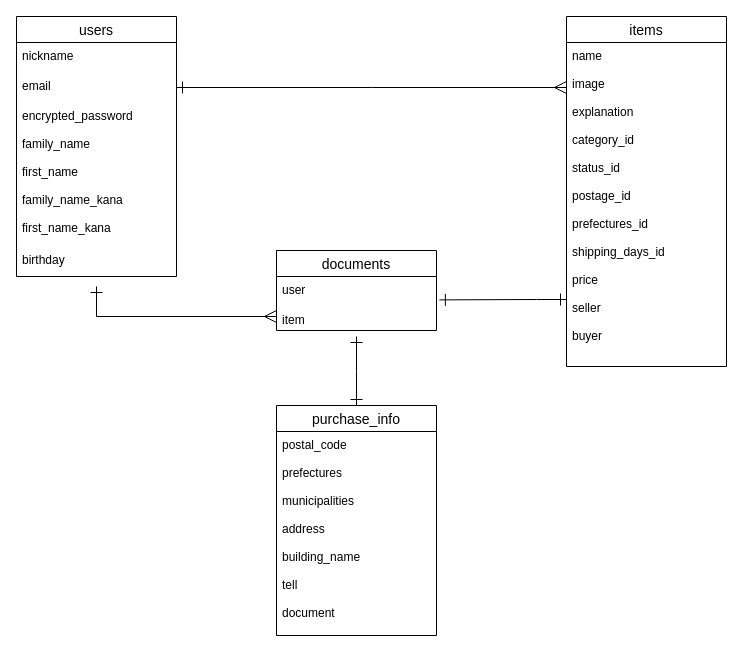
The draw.io diagram test.dio in t-kawamukai/furima-36048, before the edit. Source tidied: cells renumbered, new cells numbered last; positions are measured from the earlier drawing's top-left corner, leaving out a move shared by most shapes. Both pictures are drawn from the tidied source at 100%, with x=0, y=0 at pixel (16, 16).
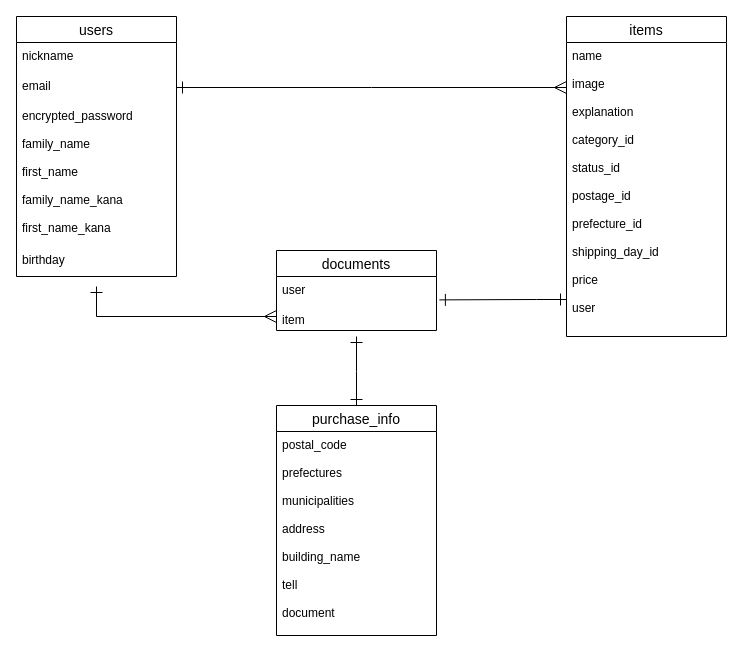
The same diagram, later.

Commit message (it also covers changes not shown here):
データベース設計（再修正5）

Change to the diagram source:
```diff
@@
     <mxCell id="7" value="items" style="swimlane;fontStyle=0;horizontal=1;startSize=26;align=center;fontSize=14;" parent="1" vertex="1">
-      <mxGeometry x="550" width="160" height="350" as="geometry" />
+      <mxGeometry x="550" width="160" height="320" as="geometry" />
     </mxCell>
-    <mxCell id="8" value="name&#10;&#10;image&#10;&#10;explanation&#10;&#10;category_id&#10;&#10;status_id&#10;&#10;postage_id&#10;&#10;prefectures_id&#10;&#10;shipping_days_id&#10;&#10;price&#10;&#10;seller&#10;&#10;buyer" style="text;strokeColor=none;fillColor=none;spacingLeft=4;spacingRight=4;overflow=hidden;points=[[0,0.5],[1,0.5]];portConstraint=eastwest;fontSize=12;" parent="7" vertex="1">
-      <mxGeometry y="26" width="160" height="324" as="geometry" />
+    <mxCell id="8" value="name&#10;&#10;image&#10;&#10;explanation&#10;&#10;category_id&#10;&#10;status_id&#10;&#10;postage_id&#10;&#10;prefecture_id&#10;&#10;shipping_day_id&#10;&#10;price&#10;&#10;user" style="text;strokeColor=none;fillColor=none;spacingLeft=4;spacingRight=4;overflow=hidden;points=[[0,0.5],[1,0.5]];portConstraint=eastwest;fontSize=12;" parent="7" vertex="1">
+      <mxGeometry y="26" width="160" height="294" as="geometry" />
     </mxCell>
```
